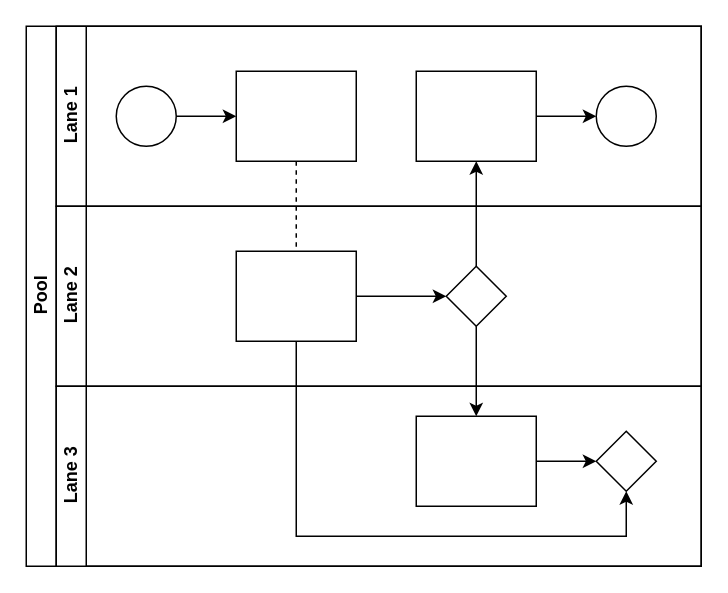
The draw.io diagram page "泳道流程图" (3 of 7) of 常用设计图.drawio in zhuoooo/doodles, before the edit. Source tidied: cells renumbered, new cells numbered last; positions are measured from the earlier drawing's top-left corner, leaving out a move shared by most shapes. Both pictures are drawn from the tidied source at 150%, with x=0, y=0 at pixel (26, 26).
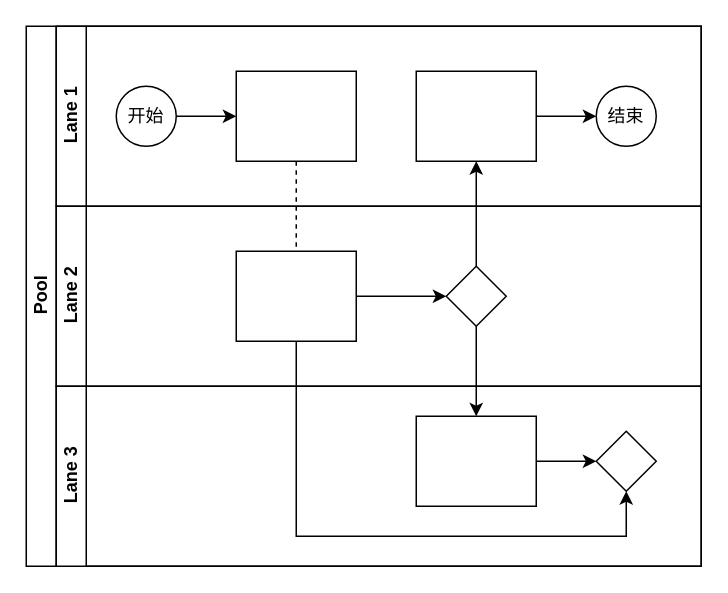
The same diagram, later.

Unchanged cells that the change refers to:
```xml
<mxCell id="7" value="Lane 1" style="swimlane;html=1;startSize=20;horizontal=0;" parent="2" vertex="1">
  <mxGeometry x="20" width="430" height="120" as="geometry" />
</mxCell>
```

Diff of the diagram source:
```diff
@@
-    <mxCell id="9" style="ellipse;whiteSpace=wrap;html=1;" parent="7" vertex="1">
+    <mxCell id="9" value="开始" style="ellipse;whiteSpace=wrap;html=1;" parent="7" vertex="1">
       <mxGeometry x="40" y="40" width="40" height="40" as="geometry" />
     </mxCell>
@@
-    <mxCell id="13" style="ellipse;whiteSpace=wrap;html=1;" parent="7" vertex="1">
+    <mxCell id="13" value="结束" style="ellipse;whiteSpace=wrap;html=1;" parent="7" vertex="1">
       <mxGeometry x="360" y="40" width="40" height="40" as="geometry" />
     </mxCell>
```
